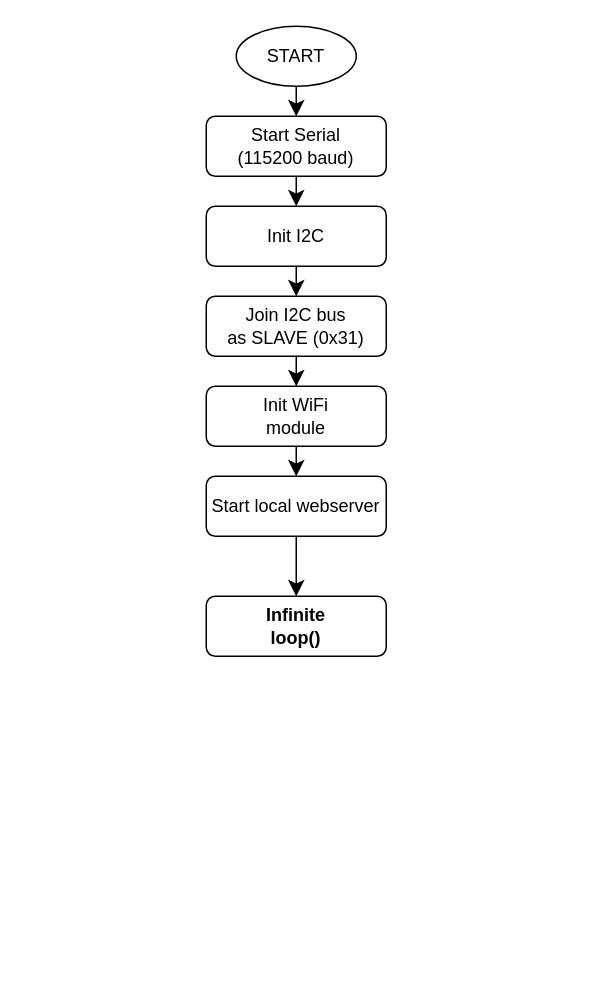
Earlier version of the draw.io diagram images/firmware-flowchart.drawio (utbrott/feather-webserver). Source tidied: cells renumbered, new cells numbered last; positions are measured from the earlier drawing's top-left corner, leaving out a move shared by most shapes. Both pictures are drawn from the tidied source at 150%, with x=0, y=0 at pixel (206, 26).
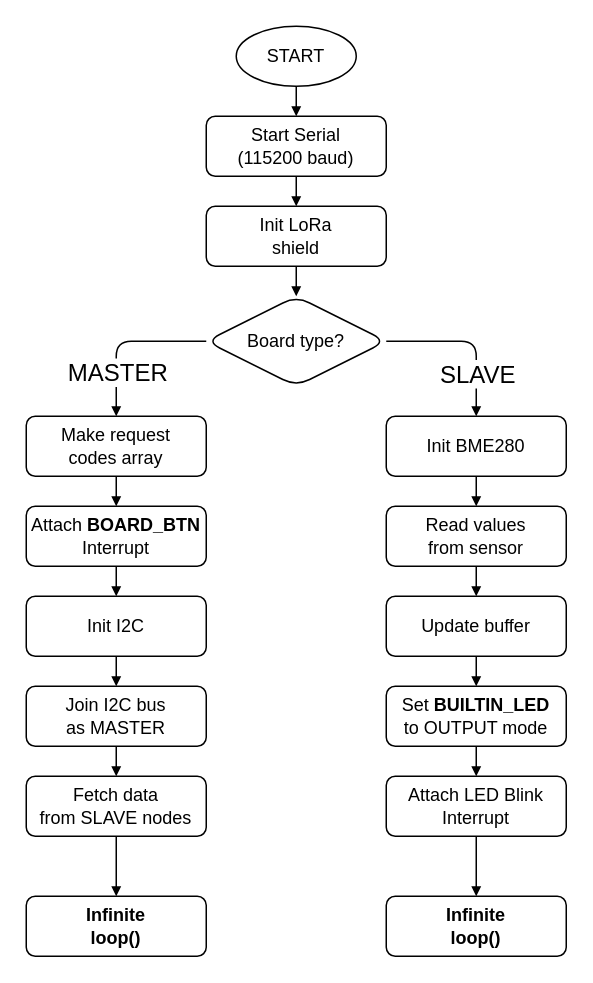
Above is the later version.

Commit message (it also covers changes not shown here):
docs: update all flowcharts

Diff of the diagram source:
```diff
@@
-    <mxCell id="2" style="edgeStyle=none;curved=1;rounded=0;jettySize=auto;html=1;fontSize=12;startSize=8;endSize=8;" parent="1" edge="1" source="3" target="7">
-      <mxGeometry relative="1" as="geometry" />
-    </mxCell>
+    <mxCell id="15" value="Read values&lt;br&gt;from sensor" style="rounded=1;whiteSpace=wrap;html=1;fontSize=12;glass=0;strokeWidth=1;shadow=0;fontFamily=Iosevka;" parent="1" vertex="1">
+      <mxGeometry x="120" y="320" width="120" height="40" as="geometry" />
+    </mxCell>
+    <mxCell id="16" value="Update buffer" style="rounded=1;whiteSpace=wrap;html=1;fontSize=12;glass=0;strokeWidth=1;shadow=0;fontFamily=Iosevka;" parent="1" vertex="1">
+      <mxGeometry x="120" y="380" width="120" height="40" as="geometry" />
+    </mxCell>
+    <mxCell id="17" style="edgeStyle=orthogonalEdgeStyle;rounded=1;jettySize=auto;html=1;exitX=0.5;exitY=1;exitDx=0;exitDy=0;strokeWidth=1;endArrow=block;endFill=1;endSize=4;" parent="1" edge="1" source="15" target="16">
+      <mxGeometry relative="1" as="geometry" />
+    </mxCell>
+    <mxCell id="5" value="START" style="strokeWidth=1;html=1;shape=mxgraph.flowchart.start_1;whiteSpace=wrap;fontFamily=Iosevka;rounded=1;" parent="1" vertex="1">
+      <mxGeometry x="20" width="80" height="40" as="geometry" />
+    </mxCell>
+    <mxCell id="18" style="edgeStyle=orthogonalEdgeStyle;rounded=1;jettySize=auto;html=1;entryX=0.5;entryY=0;entryDx=0;entryDy=0;fontSize=12;startSize=8;endSize=4;strokeWidth=1;exitX=0;exitY=0.5;exitDx=0;exitDy=0;endArrow=block;endFill=1;" parent="1" edge="1" source="22" target="35">
+      <mxGeometry relative="1" as="geometry">
+        <Array as="points">
+          <mxPoint x="-60" y="210" />
+        </Array>
+      </mxGeometry>
+    </mxCell>
+    <mxCell id="19" value="MASTER" style="edgeLabel;html=1;align=center;verticalAlign=middle;fontSize=16;fontFamily=Iosevka;" parent="18" vertex="1">
+      <mxGeometry x="-0.54" relative="1" as="geometry">
+        <mxPoint x="-35" y="20" as="offset" />
+      </mxGeometry>
+    </mxCell>
+    <mxCell id="20" style="edgeStyle=orthogonalEdgeStyle;rounded=1;jettySize=auto;html=1;entryX=0.5;entryY=0;entryDx=0;entryDy=0;fontSize=12;startSize=8;endSize=4;exitX=1;exitY=0.5;exitDx=0;exitDy=0;endArrow=block;endFill=1;" parent="1" edge="1" source="22" target="27">
+      <mxGeometry relative="1" as="geometry">
+        <Array as="points">
+          <mxPoint x="180" y="210" />
+        </Array>
+      </mxGeometry>
+    </mxCell>
+    <mxCell id="21" value="SLAVE" style="edgeLabel;html=1;align=center;verticalAlign=middle;fontSize=16;fontFamily=Iosevka;" parent="20" vertex="1">
+      <mxGeometry x="0.34" relative="1" as="geometry">
+        <mxPoint y="7" as="offset" />
+      </mxGeometry>
+    </mxCell>
+    <mxCell id="22" value="Board type?" style="rhombus;whiteSpace=wrap;html=1;fontFamily=Iosevka;fontSize=12;strokeWidth=1;rounded=1;" parent="1" vertex="1">
+      <mxGeometry y="180" width="120" height="60" as="geometry" />
+    </mxCell>
-    <mxCell id="3" value="Start Serial&lt;br style=&quot;font-size: 12px;&quot;&gt;(115200 baud)" style="rounded=1;whiteSpace=wrap;html=1;fontSize=12;fontFamily=Iosevka;" parent="1" vertex="1">
+    <mxCell id="3" value="Start Serial&lt;br&gt;(115200 baud)" style="rounded=1;whiteSpace=wrap;html=1;fontSize=12;glass=0;strokeWidth=1;shadow=0;fontFamily=Iosevka;" parent="1" vertex="1">
       <mxGeometry y="60" width="120" height="40" as="geometry" />
     </mxCell>
-    <mxCell id="4" style="edgeStyle=none;curved=1;rounded=0;jettySize=auto;html=1;fontSize=12;startSize=8;endSize=8;" parent="1" edge="1" source="5" target="3">
+    <mxCell id="4" style="edgeStyle=none;curved=1;rounded=0;jettySize=auto;html=1;fontSize=12;startSize=8;endSize=4;endArrow=block;endFill=1;strokeWidth=1;" parent="1" edge="1" source="5" target="3">
       <mxGeometry relative="1" as="geometry" />
     </mxCell>
-    <mxCell id="5" value="START" style="ellipse;whiteSpace=wrap;html=1;fontSize=12;fontFamily=Iosevka;" parent="1" vertex="1">
-      <mxGeometry x="20" width="80" height="40" as="geometry" />
-    </mxCell>
-    <mxCell id="6" style="edgeStyle=none;curved=1;rounded=0;jettySize=auto;html=1;fontSize=12;startSize=8;endSize=8;" parent="1" edge="1" source="7" target="9">
-      <mxGeometry relative="1" as="geometry" />
-    </mxCell>
+    <mxCell id="23" style="edgeStyle=none;curved=1;rounded=0;jettySize=auto;html=1;fontSize=12;startSize=8;endSize=4;endArrow=block;endFill=1;strokeWidth=1;" parent="1" edge="1" source="24" target="22">
+      <mxGeometry relative="1" as="geometry" />
+    </mxCell>
+    <mxCell id="24" value="Init LoRa&lt;br&gt;shield" style="rounded=1;whiteSpace=wrap;html=1;fontSize=12;glass=0;strokeWidth=1;shadow=0;fontFamily=Iosevka;" parent="1" vertex="1">
+      <mxGeometry y="120" width="120" height="40" as="geometry" />
+    </mxCell>
+    <mxCell id="25" style="edgeStyle=none;curved=1;rounded=0;jettySize=auto;html=1;fontSize=12;startSize=8;endSize=4;endArrow=block;endFill=1;strokeWidth=1;" parent="1" edge="1" source="3" target="24">
+      <mxGeometry relative="1" as="geometry" />
+    </mxCell>
+    <mxCell id="26" style="edgeStyle=none;curved=1;rounded=0;jettySize=auto;html=1;exitX=0.5;exitY=1;exitDx=0;exitDy=0;fontSize=12;startSize=8;endSize=4;strokeWidth=1;endArrow=block;endFill=1;" parent="1" edge="1" source="27" target="15">
+      <mxGeometry relative="1" as="geometry" />
+    </mxCell>
+    <mxCell id="27" value="Init BME280" style="rounded=1;whiteSpace=wrap;html=1;fontSize=12;glass=0;strokeWidth=1;shadow=0;fontFamily=Iosevka;" parent="1" vertex="1">
+      <mxGeometry x="120" y="260" width="120" height="40" as="geometry" />
+    </mxCell>
+    <mxCell id="28" value="Set &lt;b&gt;BUILTIN_LED&lt;/b&gt;&lt;br&gt;to OUTPUT mode" style="rounded=1;whiteSpace=wrap;html=1;fontSize=12;glass=0;strokeWidth=1;shadow=0;fontFamily=Iosevka;" parent="1" vertex="1">
+      <mxGeometry x="120" y="440" width="120" height="40" as="geometry" />
+    </mxCell>
+    <mxCell id="29" style="edgeStyle=none;curved=1;rounded=0;jettySize=auto;html=1;exitX=0.5;exitY=1;exitDx=0;exitDy=0;entryX=0.5;entryY=0;entryDx=0;entryDy=0;fontSize=12;startSize=8;endSize=4;strokeWidth=1;endArrow=block;endFill=1;" parent="1" edge="1" source="16" target="28">
+      <mxGeometry relative="1" as="geometry" />
+    </mxCell>
+    <mxCell id="30" value="Attach LED Blink&lt;br&gt;Interrupt" style="rounded=1;whiteSpace=wrap;html=1;fontSize=12;glass=0;strokeWidth=1;shadow=0;fontFamily=Iosevka;" parent="1" vertex="1">
+      <mxGeometry x="120" y="500" width="120" height="40" as="geometry" />
+    </mxCell>
+    <mxCell id="31" style="edgeStyle=none;curved=1;rounded=0;jettySize=auto;html=1;exitX=0.5;exitY=1;exitDx=0;exitDy=0;fontSize=12;startSize=8;endSize=4;strokeWidth=1;endArrow=block;endFill=1;" parent="1" edge="1" source="28" target="30">
+      <mxGeometry relative="1" as="geometry" />
+    </mxCell>
+    <mxCell id="32" value="Infinite&lt;br&gt;loop()" style="rounded=1;whiteSpace=wrap;html=1;fontSize=12;glass=0;strokeWidth=1;shadow=0;fontFamily=Iosevka;fontStyle=1;" parent="1" vertex="1">
+      <mxGeometry x="120" y="580" width="120" height="40" as="geometry" />
+    </mxCell>
+    <mxCell id="33" style="edgeStyle=none;curved=1;rounded=0;jettySize=auto;html=1;entryX=0.5;entryY=0;entryDx=0;entryDy=0;fontSize=12;startSize=8;endSize=4;strokeWidth=1;endArrow=block;endFill=1;" parent="1" edge="1" source="30" target="32">
+      <mxGeometry relative="1" as="geometry" />
+    </mxCell>
+    <mxCell id="34" value="Infinite&lt;br&gt;loop()" style="rounded=1;whiteSpace=wrap;html=1;fontSize=12;glass=0;strokeWidth=1;shadow=0;fontFamily=Iosevka;fontStyle=1;" parent="1" vertex="1">
+      <mxGeometry x="-120" y="580" width="120" height="40" as="geometry" />
+    </mxCell>
+    <mxCell id="35" value="Make request&lt;br&gt;codes array" style="rounded=1;whiteSpace=wrap;html=1;fontSize=12;glass=0;strokeWidth=1;shadow=0;fontFamily=Iosevka;" parent="1" vertex="1">
+      <mxGeometry x="-120" y="260" width="120" height="40" as="geometry" />
+    </mxCell>
+    <mxCell id="36" style="edgeStyle=none;curved=1;rounded=0;jettySize=auto;html=1;fontSize=12;startSize=8;endSize=4;entryX=0.5;entryY=0;entryDx=0;entryDy=0;strokeWidth=1;endArrow=block;endFill=1;" parent="1" edge="1" source="37" target="7">
+      <mxGeometry relative="1" as="geometry" />
+    </mxCell>
+    <mxCell id="37" value="Attach &lt;b&gt;BOARD_BTN&lt;/b&gt;&lt;br&gt;Interrupt" style="rounded=1;whiteSpace=wrap;html=1;fontSize=12;glass=0;strokeWidth=1;shadow=0;fontFamily=Iosevka;" parent="1" vertex="1">
+      <mxGeometry x="-120" y="320" width="120" height="40" as="geometry" />
+    </mxCell>
+    <mxCell id="38" style="edgeStyle=none;curved=1;rounded=0;jettySize=auto;html=1;entryX=0.5;entryY=0;entryDx=0;entryDy=0;fontSize=12;startSize=8;endSize=4;strokeWidth=1;endArrow=block;endFill=1;" parent="1" edge="1" source="35" target="37">
+      <mxGeometry relative="1" as="geometry" />
+    </mxCell>
+    <mxCell id="39" style="edgeStyle=none;curved=1;rounded=0;jettySize=auto;html=1;exitX=0.5;exitY=1;exitDx=0;exitDy=0;entryX=0.5;entryY=0;entryDx=0;entryDy=0;fontSize=12;startSize=8;endSize=4;strokeWidth=1;endArrow=block;endFill=1;" parent="1" edge="1" source="7" target="41">
+      <mxGeometry relative="1" as="geometry" />
+    </mxCell>
-    <mxCell id="7" value="Init I2C" style="rounded=1;whiteSpace=wrap;html=1;fontSize=12;fontFamily=Iosevka;" parent="1" vertex="1">
-      <mxGeometry y="120" width="120" height="40" as="geometry" />
+    <mxCell id="7" value="Init I2C" style="rounded=1;whiteSpace=wrap;html=1;fontSize=12;glass=0;strokeWidth=1;shadow=0;fontFamily=Iosevka;" parent="1" vertex="1">
+      <mxGeometry x="-120" y="380" width="120" height="40" as="geometry" />
     </mxCell>
-    <mxCell id="8" style="edgeStyle=none;curved=1;rounded=0;jettySize=auto;html=1;fontSize=12;startSize=8;endSize=8;" parent="1" edge="1" source="9" target="11">
-      <mxGeometry relative="1" as="geometry" />
-    </mxCell>
-    <mxCell id="9" value="Join I2C bus&lt;br&gt;as SLAVE (0x31)" style="rounded=1;whiteSpace=wrap;html=1;fontSize=12;fontFamily=Iosevka;" parent="1" vertex="1">
-      <mxGeometry y="180" width="120" height="40" as="geometry" />
-    </mxCell>
-    <mxCell id="10" style="edgeStyle=none;curved=1;rounded=0;jettySize=auto;html=1;fontSize=12;startSize=8;endSize=8;" parent="1" edge="1" source="11" target="13">
-      <mxGeometry relative="1" as="geometry" />
-    </mxCell>
-    <mxCell id="11" value="Init WiFi&lt;br&gt;module" style="rounded=1;whiteSpace=wrap;html=1;fontSize=12;fontFamily=Iosevka;" parent="1" vertex="1">
-      <mxGeometry y="240" width="120" height="40" as="geometry" />
-    </mxCell>
-    <mxCell id="12" style="edgeStyle=none;curved=1;rounded=0;jettySize=auto;html=1;fontSize=12;startSize=8;endSize=8;" parent="1" edge="1" source="13" target="14">
-      <mxGeometry relative="1" as="geometry" />
-    </mxCell>
-    <mxCell id="13" value="Start local webserver" style="rounded=1;whiteSpace=wrap;html=1;fontSize=12;fontFamily=Iosevka;" parent="1" vertex="1">
-      <mxGeometry y="300" width="120" height="40" as="geometry" />
-    </mxCell>
-    <mxCell id="14" value="&lt;b&gt;Infinite&lt;br&gt;loop()&lt;br&gt;&lt;/b&gt;" style="rounded=1;whiteSpace=wrap;html=1;fontSize=12;fontFamily=Iosevka;" parent="1" vertex="1">
-      <mxGeometry y="380" width="120" height="40" as="geometry" />
-    </mxCell>
+    <mxCell id="40" style="edgeStyle=none;curved=1;rounded=0;jettySize=auto;html=1;entryX=0.5;entryY=0;entryDx=0;entryDy=0;fontSize=12;startSize=8;endSize=4;strokeWidth=1;endArrow=block;endFill=1;" parent="1" edge="1" source="41" target="43">
+      <mxGeometry relative="1" as="geometry" />
+    </mxCell>
+    <mxCell id="41" value="Join I2C bus&lt;br&gt;as MASTER" style="rounded=1;whiteSpace=wrap;html=1;fontSize=12;glass=0;strokeWidth=1;shadow=0;fontFamily=Iosevka;" parent="1" vertex="1">
+      <mxGeometry x="-120" y="440" width="120" height="40" as="geometry" />
+    </mxCell>
+    <mxCell id="42" style="edgeStyle=none;curved=1;rounded=0;jettySize=auto;html=1;fontSize=12;startSize=8;endSize=4;strokeWidth=1;endArrow=block;endFill=1;" parent="1" edge="1" source="43" target="34">
+      <mxGeometry relative="1" as="geometry" />
+    </mxCell>
+    <mxCell id="43" value="Fetch data&lt;br&gt;from SLAVE nodes" style="rounded=1;whiteSpace=wrap;html=1;fontSize=12;glass=0;strokeWidth=1;shadow=0;fontFamily=Iosevka;" parent="1" vertex="1">
+      <mxGeometry x="-120" y="500" width="120" height="40" as="geometry" />
+    </mxCell>
```
